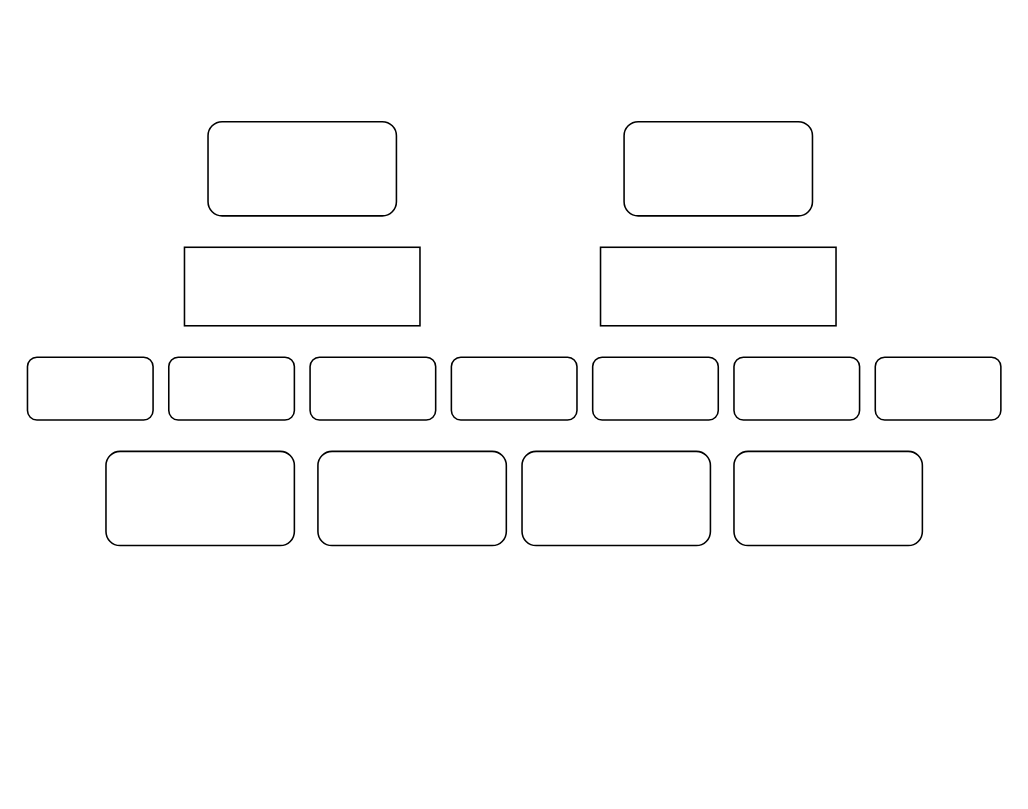
Above: aipersonas.drawio in Likich/LLMsim (draw.io), before the change. Source tidied: cells renumbered, new cells numbered last; positions are measured from the earlier drawing's top-left corner, leaving out a move shared by most shapes. Both pictures are drawn from the tidied source at 157%, with x=0, y=0 at pixel (27, 121).
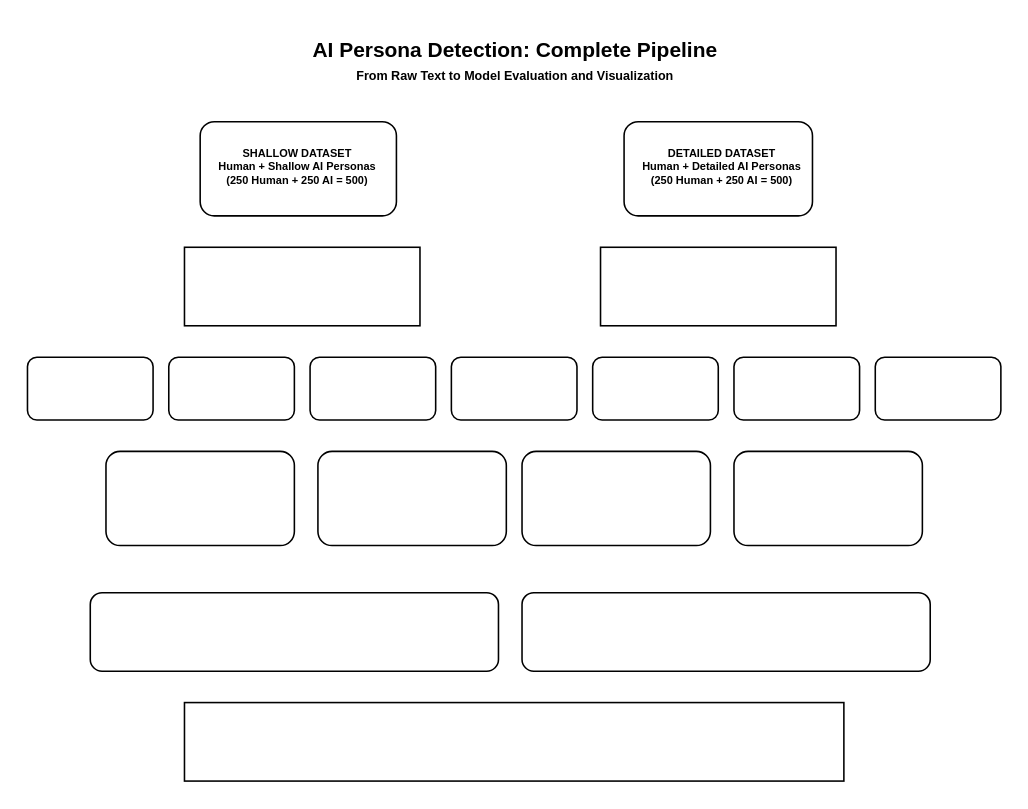
The same page after the edit.

Diff of the diagram source:
```diff
@@
     <mxCell id="2" style="rounded=1;whiteSpace=wrap;html=1;" parent="1" vertex="1">
-      <mxGeometry x="115" width="120" height="60" as="geometry" />
+      <mxGeometry x="110" width="125" height="60" as="geometry" />
     </mxCell>
@@
+    <mxCell id="17" style="rounded=1;whiteSpace=wrap;html=1;" parent="1" vertex="1">
+      <mxGeometry x="40" y="300" width="260" height="50" as="geometry" />
+    </mxCell>
+    <mxCell id="18" style="rounded=1;whiteSpace=wrap;html=1;" parent="1" vertex="1">
+      <mxGeometry x="315" y="300" width="260" height="50" as="geometry" />
+    </mxCell>
+    <mxCell id="19" style="rounded=0;whiteSpace=wrap;html=1;" parent="1" vertex="1">
+      <mxGeometry x="100" y="370" width="420" height="50" as="geometry" />
+    </mxCell>
+    <mxCell id="20" value="&lt;b style=&quot;font-weight:normal;&quot; id=&quot;docs-internal-guid-f29ff15d-7fff-2a99-20c7-7aaa4965acf2&quot;&gt;&lt;p dir=&quot;ltr&quot; style=&quot;line-height:1.2;text-align: center;margin-top:0pt;margin-bottom:0pt;&quot;&gt;&lt;span style=&quot;font-size:10pt;font-family:Arial,sans-serif;color:#000000;background-color:transparent;font-weight:700;font-style:normal;font-variant:normal;text-decoration:none;vertical-align:baseline;white-space:pre;white-space:pre-wrap;&quot;&gt;AI Persona Detection: Complete Pipeline&lt;/span&gt;&lt;/p&gt;&lt;p dir=&quot;ltr&quot; style=&quot;line-height:1.2;text-align: center;margin-top:0pt;margin-bottom:0pt;&quot;&gt;&lt;span style=&quot;font-size:6pt;font-family:Arial,sans-serif;color:#000000;background-color:transparent;font-weight:700;font-style:normal;font-variant:normal;text-decoration:none;vertical-align:baseline;white-space:pre;white-space:pre-wrap;&quot;&gt;From Raw Text to Model Evaluation and Visualization&lt;/span&gt;&lt;/p&gt;&lt;/b&gt;&lt;br class=&quot;Apple-interchange-newline&quot;&gt;" style="text;whiteSpace=wrap;html=1;" parent="1" vertex="1">
+      <mxGeometry x="180" y="-60" width="290" height="70" as="geometry" />
+    </mxCell>
+    <mxCell id="21" value="&lt;b style=&quot;font-weight:normal;&quot; id=&quot;docs-internal-guid-e7ef2df1-7fff-57be-7523-29270b06d12b&quot;&gt;&lt;font style=&quot;font-size: 7px;&quot;&gt;&lt;p dir=&quot;ltr&quot; style=&quot;line-height: 1.2; text-align: center; margin-top: 0pt; margin-bottom: 0pt;&quot;&gt;&lt;span style=&quot;font-family: Arial, sans-serif; color: rgb(0, 0, 0); background-color: transparent; font-weight: 700; font-style: normal; font-variant: normal; text-decoration: none; vertical-align: baseline; white-space: pre-wrap;&quot;&gt;SHALLOW DATASET&lt;/span&gt;&lt;/p&gt;&lt;p dir=&quot;ltr&quot; style=&quot;line-height: 1.2; text-align: center; margin-top: 0pt; margin-bottom: 0pt;&quot;&gt;&lt;span style=&quot;font-family: Arial, sans-serif; color: rgb(0, 0, 0); background-color: transparent; font-weight: 700; font-style: normal; font-variant: normal; text-decoration: none; vertical-align: baseline; white-space: pre-wrap;&quot;&gt;Human + Shallow AI Personas&lt;/span&gt;&lt;/p&gt;&lt;p dir=&quot;ltr&quot; style=&quot;line-height: 1.2; text-align: center; margin-top: 0pt; margin-bottom: 0pt;&quot;&gt;&lt;span style=&quot;font-family: Arial, sans-serif; color: rgb(0, 0, 0); background-color: transparent; font-weight: 700; font-style: normal; font-variant: normal; text-decoration: none; vertical-align: baseline; white-space: pre-wrap;&quot;&gt;(250 Human + 250 AI = 500)&lt;/span&gt;&lt;/p&gt;&lt;/font&gt;&lt;/b&gt;" style="text;whiteSpace=wrap;html=1;" parent="1" vertex="1">
+      <mxGeometry x="120" y="10" width="110" height="40" as="geometry" />
+    </mxCell>
+    <mxCell id="22" value="&lt;b style=&quot;font-weight:normal;&quot; id=&quot;docs-internal-guid-f46121a6-7fff-c8c9-d480-2482dc4b8315&quot;&gt;&lt;font style=&quot;font-size: 7px;&quot;&gt;&lt;p dir=&quot;ltr&quot; style=&quot;line-height: 1.2; text-align: center; margin-top: 0pt; margin-bottom: 0pt;&quot;&gt;&lt;span style=&quot;font-family: Arial, sans-serif; color: rgb(0, 0, 0); background-color: transparent; font-weight: 700; font-style: normal; font-variant: normal; text-decoration: none; vertical-align: baseline; white-space: pre-wrap;&quot;&gt;DETAILED DATASET&lt;/span&gt;&lt;/p&gt;&lt;p dir=&quot;ltr&quot; style=&quot;line-height: 1.2; text-align: center; margin-top: 0pt; margin-bottom: 0pt;&quot;&gt;&lt;span style=&quot;font-family: Arial, sans-serif; color: rgb(0, 0, 0); background-color: transparent; font-weight: 700; font-style: normal; font-variant: normal; text-decoration: none; vertical-align: baseline; white-space: pre-wrap;&quot;&gt;Human + Detailed AI Personas&lt;/span&gt;&lt;/p&gt;&lt;p dir=&quot;ltr&quot; style=&quot;line-height: 1.2; text-align: center; margin-top: 0pt; margin-bottom: 0pt;&quot;&gt;&lt;span style=&quot;font-family: Arial, sans-serif; color: rgb(0, 0, 0); background-color: transparent; font-weight: 700; font-style: normal; font-variant: normal; text-decoration: none; vertical-align: baseline; white-space: pre-wrap;&quot;&gt;(250 Human + 250 AI = 500)&lt;/span&gt;&lt;/p&gt;&lt;/font&gt;&lt;/b&gt;" style="text;whiteSpace=wrap;html=1;" parent="1" vertex="1">
+      <mxGeometry x="390" y="10" width="130" height="80" as="geometry" />
+    </mxCell>
```
